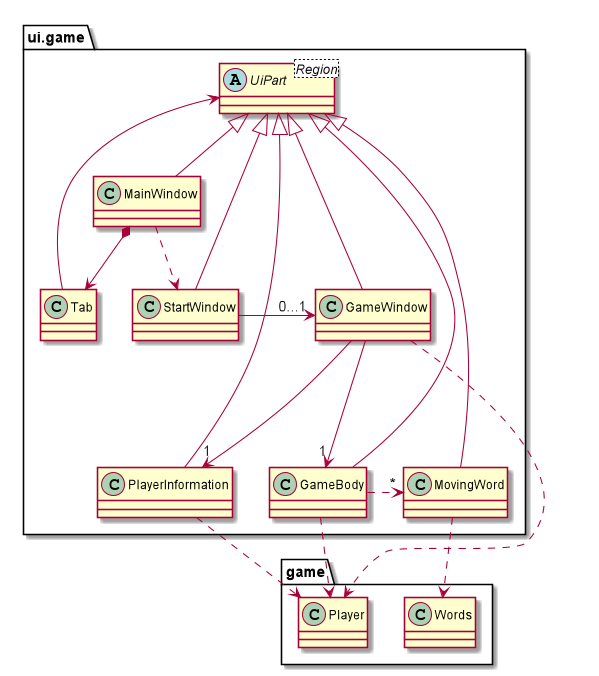
AY1920S1-CS2103T-F14-3/main keeps this PlantUML diagram as images/GameWindowClassDiagram.png. Above is the earlier version.
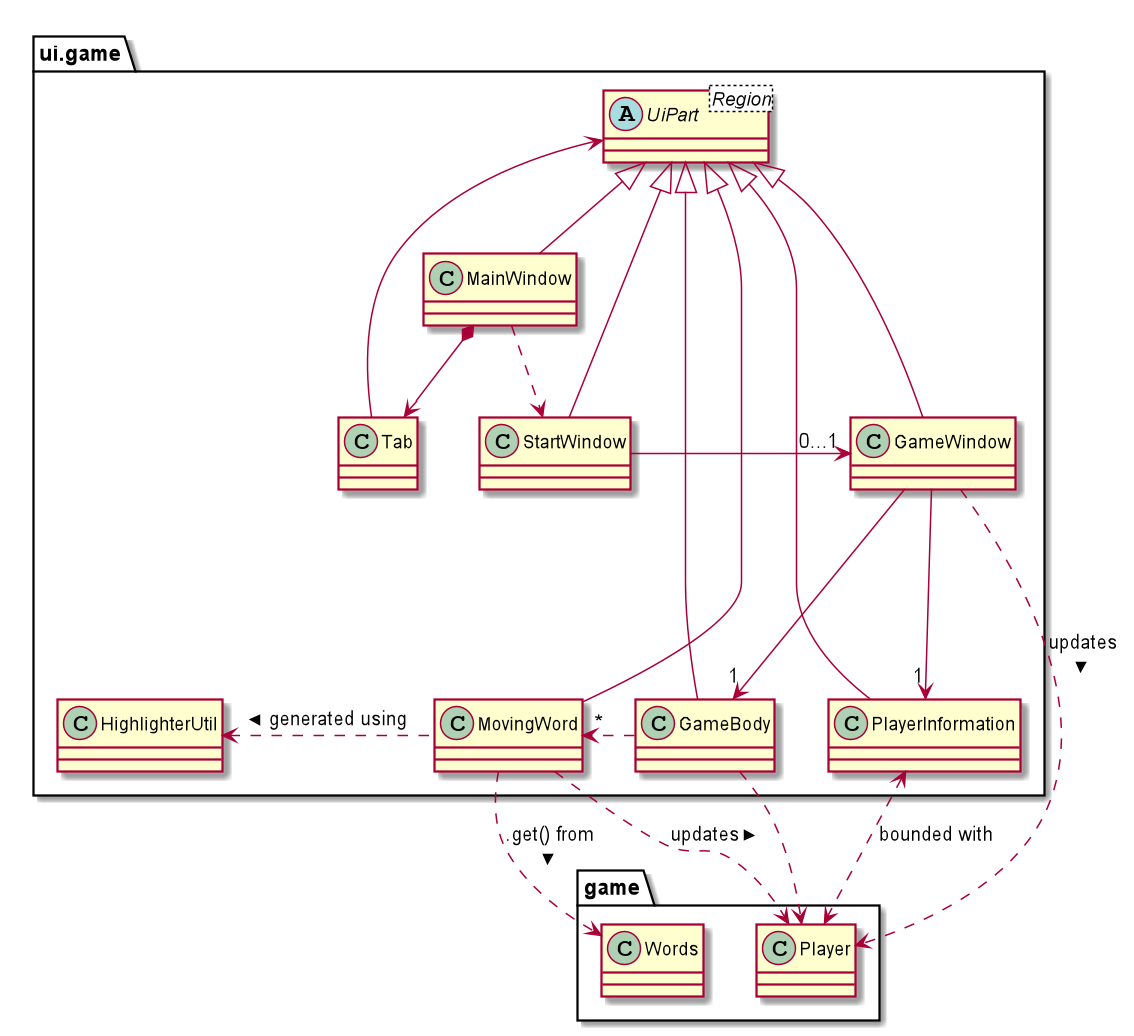
The same diagram one commit later.

The edit, as a diff of the source:
```diff
@@ -8,6 +8,7 @@
     class PlayerInformation
     class GameBody
     class MovingWord
+    class HighlighterUtil
 }
 
 package game {
@@ -29,10 +30,12 @@
 GameWindow -down--> "1" GameBody
 GameWindow -down--> "1" PlayerInformation
 
-MovingWord .down.> Words
-GameWindow .down.> Player
+MovingWord .left.> HighlighterUtil :generated using >
+MovingWord .down.> Words :.get() from >
+MovingWord .down.> Player :updates >
+GameWindow .down.> Player :updates >
 GameBody .down.> Player
 GameBody .right.> "*" MovingWord
-PlayerInformation .down.> Player
+PlayerInformation <.down.> Player :bounded with
 
 @enduml
```
